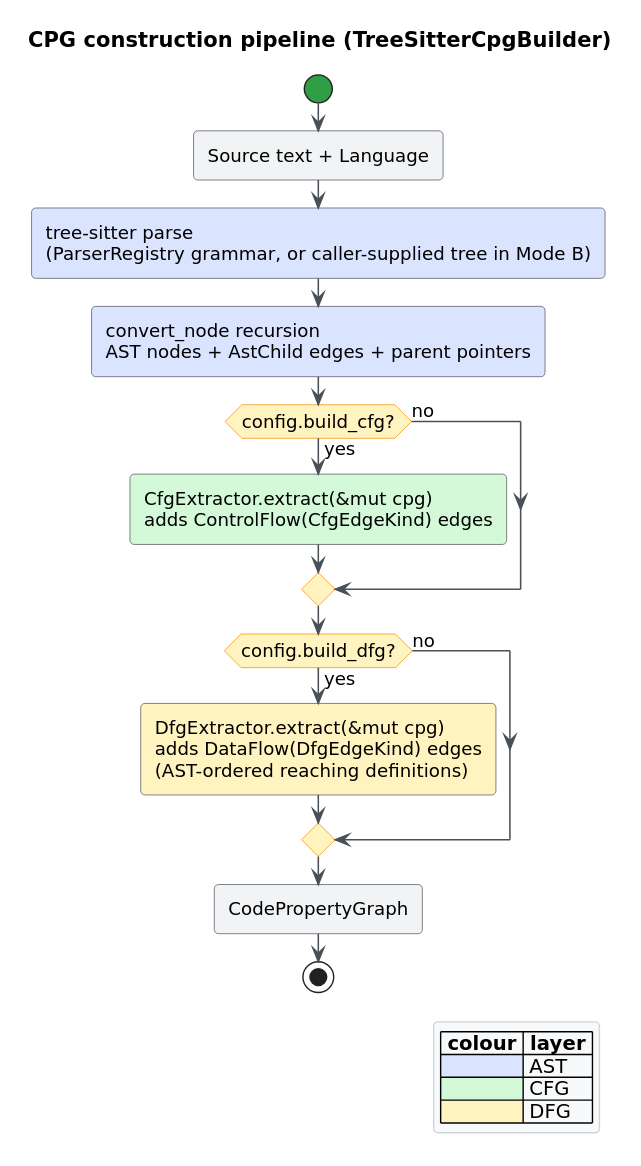
Earlier version of the PlantUML export docs/diagrams/construction-pipeline.svg (vinary-tree/libcpg). Its source is kept beside it as docs/diagrams/construction-pipeline.puml.
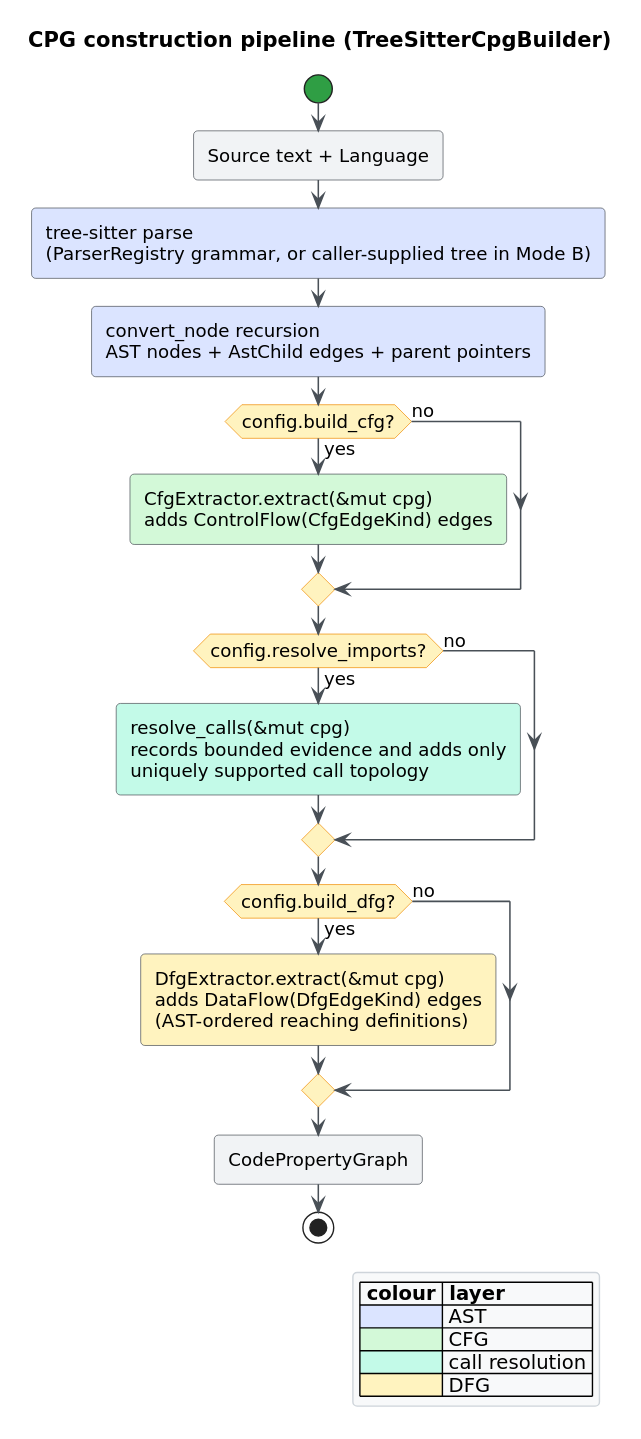
Later version of the same file.

Diff of the diagram source:
```diff
@@ -12,6 +12,12 @@
 adds ControlFlow(CfgEdgeKind) edges;<<#D3F9D8>>
 else (no)
 endif
+if (config.resolve_imports?) then (yes)
+  :resolve_calls(&mut cpg)
+records bounded evidence and adds only
+uniquely supported call topology;<<#C3FAE8>>
+else (no)
+endif
 if (config.build_dfg?) then (yes)
   :DfgExtractor.extract(&mut cpg)
 adds DataFlow(DfgEdgeKind) edges
@@ -24,6 +30,7 @@
   |= colour |= layer |
   |<#DBE4FF>| AST |
   |<#D3F9D8>| CFG |
+  |<#C3FAE8>| call resolution |
   |<#FFF3BF>| DFG |
 endlegend
 @enduml
```
